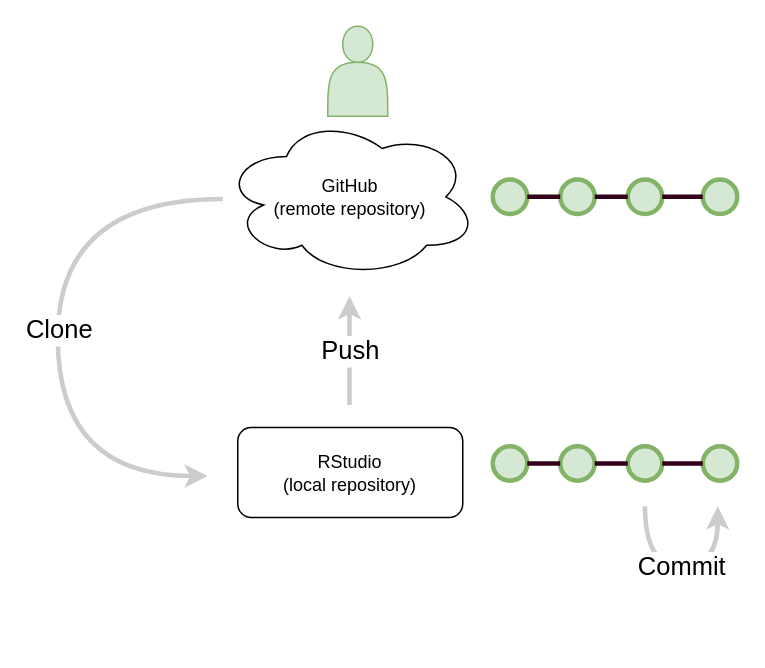
The draw.io diagram github-rstudio-remot-locl.drawio in larnsce/diagrams, before the edit. Source tidied: cells renumbered, new cells numbered last; positions are measured from the earlier drawing's top-left corner, leaving out a move shared by most shapes. Both pictures are drawn from the tidied source at 150%, with x=0, y=0 at pixel (57, 26).
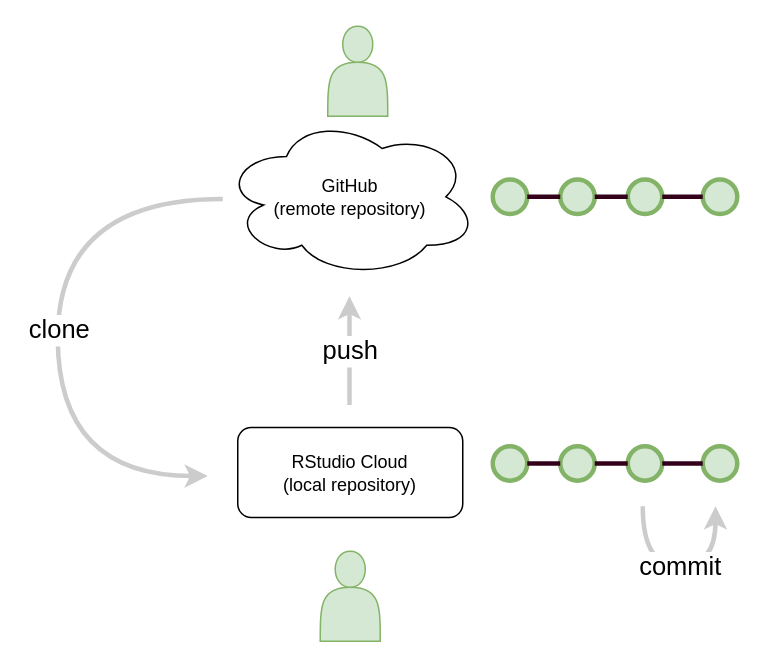
After the change.

Unchanged cells that the change refers to:
```xml
<mxCell id="5" style="endArrow=classic;html=1;rounded=0;fontSize=17;strokeColor=#CCCCCC;strokeWidth=3;edgeStyle=orthogonalEdgeStyle;elbow=vertical;curved=1;" parent="1" edge="1">
  <mxGeometry relative="1" as="geometry">
    <mxPoint x="110" y="115.1" as="sourcePoint" />
    <mxPoint x="100" y="299.9" as="targetPoint" />
    <Array as="points">
      <mxPoint y="115" />
      <mxPoint y="300" />
    </Array>
  </mxGeometry>
</mxCell>
<mxCell id="7" style="endArrow=classic;html=1;rounded=0;strokeColor=#CCCCCC;strokeWidth=3;" parent="1" edge="1">
  <mxGeometry relative="1" as="geometry">
    <mxPoint x="194.5" y="252.5" as="sourcePoint" />
    <mxPoint x="194.5" y="180" as="targetPoint" />
  </mxGeometry>
</mxCell>
```

The edit, as a diff of the source:
```diff
@@
-    <mxCell id="4" value="&lt;div&gt;RStudio&lt;/div&gt;&lt;div&gt;(local repository)&lt;br&gt;&lt;/div&gt;" style="rounded=1;whiteSpace=wrap;html=1;" parent="1" vertex="1">
+    <mxCell id="4" value="&lt;div&gt;RStudio Cloud&lt;br&gt;&lt;/div&gt;&lt;div&gt;(local repository)&lt;br&gt;&lt;/div&gt;" style="rounded=1;whiteSpace=wrap;html=1;" parent="1" vertex="1">
       <mxGeometry x="120" y="267.5" width="150" height="60" as="geometry" />
     </mxCell>
@@
-    <mxCell id="6" value="Clone" style="edgeLabel;html=1;align=center;verticalAlign=middle;fontSize=17;strokeWidth=3;fillColor=#FFFFFF;" parent="5" vertex="1">
+    <mxCell id="6" value="clone" style="edgeLabel;html=1;align=center;verticalAlign=middle;fontSize=17;strokeWidth=3;fillColor=#FFFFFF;" parent="5" vertex="1">
       <mxGeometry relative="1" as="geometry" />
     </mxCell>
@@
-    <mxCell id="8" value="&lt;div style=&quot;font-size: 17px;&quot;&gt;Push&lt;/div&gt;" style="edgeLabel;html=1;align=center;verticalAlign=middle;fontSize=17;" parent="7" vertex="1">
+    <mxCell id="8" value="&lt;div style=&quot;font-size: 17px&quot;&gt;push&lt;/div&gt;" style="edgeLabel;html=1;align=center;verticalAlign=middle;fontSize=17;" parent="7" vertex="1">
       <mxGeometry relative="1" as="geometry" />
     </mxCell>
     <mxCell id="9" style="endArrow=classic;html=1;rounded=0;fontSize=17;strokeColor=#CCCCCC;strokeWidth=3;edgeStyle=orthogonalEdgeStyle;curved=1;" parent="1" edge="1">
       <mxGeometry relative="1" as="geometry">
-        <mxPoint x="391.5" y="320" as="sourcePoint" />
-        <mxPoint x="440" y="320" as="targetPoint" />
+        <mxPoint x="390" y="320" as="sourcePoint" />
+        <mxPoint x="438.5" y="320" as="targetPoint" />
         <Array as="points">
-          <mxPoint x="392" y="360" />
-          <mxPoint x="440" y="360" />
-          <mxPoint x="440" y="320" />
+          <mxPoint x="390.5" y="360" />
+          <mxPoint x="438.5" y="360" />
+          <mxPoint x="438.5" y="320" />
         </Array>
       </mxGeometry>
     </mxCell>
-    <mxCell id="10" value="Commit" style="edgeLabel;html=1;align=center;verticalAlign=middle;fontSize=17;" parent="9" vertex="1">
+    <mxCell id="10" value="&lt;div&gt;commit&lt;/div&gt;" style="edgeLabel;html=1;align=center;verticalAlign=middle;fontSize=17;" parent="9" vertex="1">
       <mxGeometry relative="1" as="geometry" />
     </mxCell>
@@
+    <mxCell id="29" style="shape=actor;whiteSpace=wrap;html=1;fillColor=#d5e8d4;strokeColor=#82b366;" parent="1" vertex="1">
+      <mxGeometry x="175" y="350" width="40" height="60" as="geometry" />
+    </mxCell>
```
